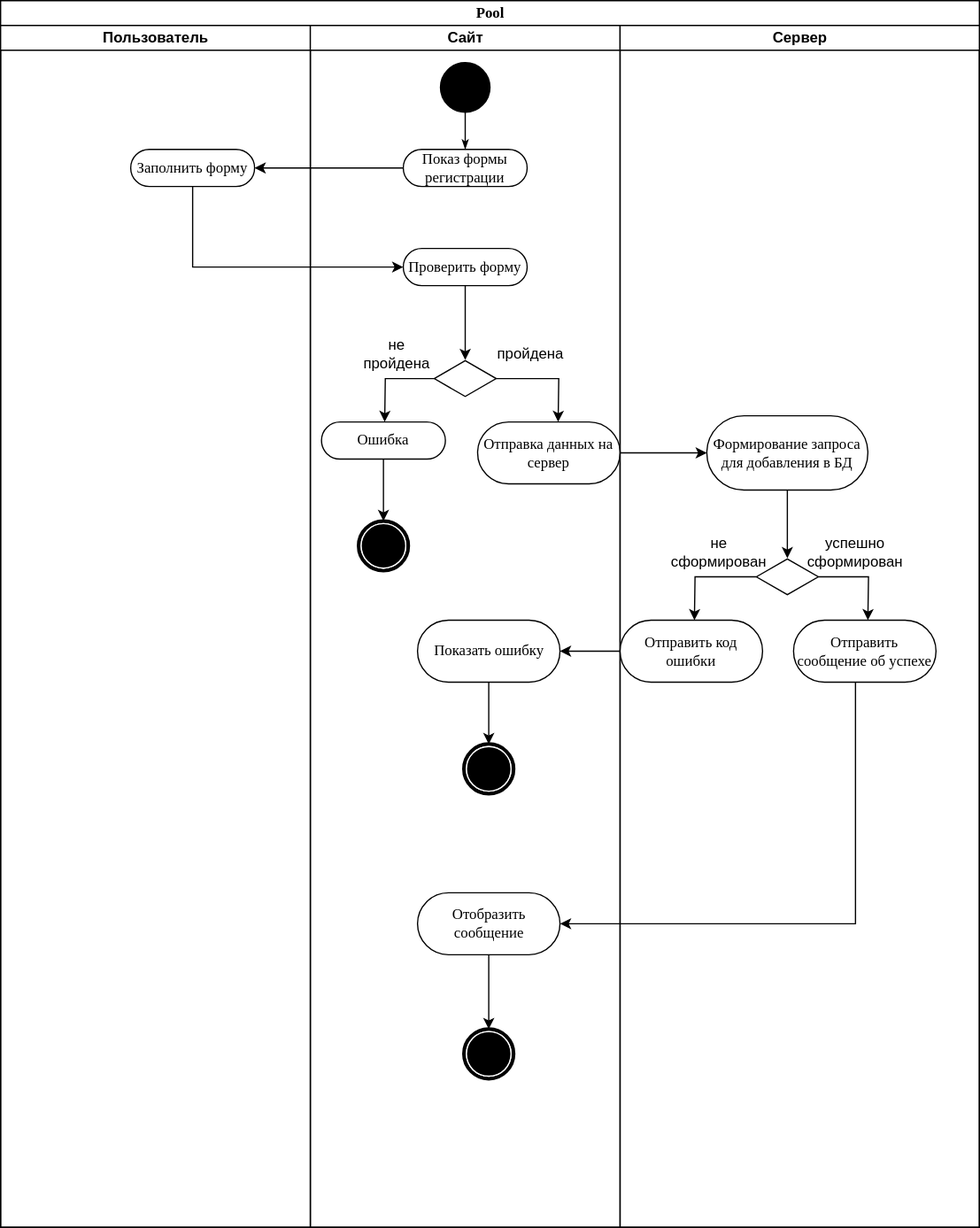
Before: functional_requirements/registration.svg, a diagram exported from draw.io (eencoree/CourseNavigator). Source tidied: cells renumbered, new cells last; positions are measured from the earlier drawing's top-left corner, leaving out a move shared by most shapes.
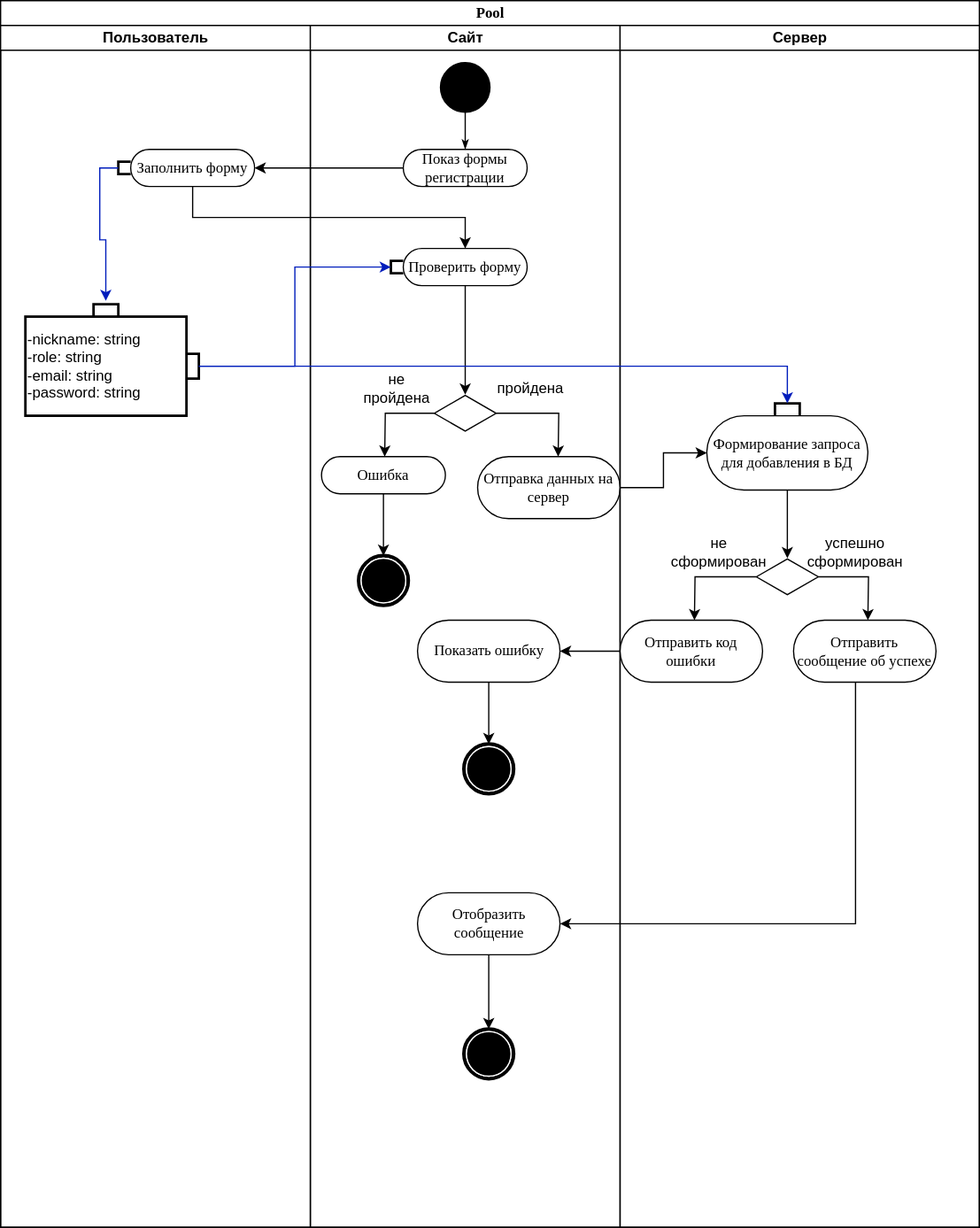
The same diagram one commit later.

Change to the diagram source:
```diff
@@ -11,6 +11,27 @@
     <mxCell id="4" value="Заполнить форму" style="rounded=1;whiteSpace=wrap;html=1;shadow=0;comic=0;labelBackgroundColor=none;strokeWidth=1;fontFamily=Verdana;fontSize=12;align=center;arcSize=50;" parent="3" vertex="1">
       <mxGeometry x="105" y="100" width="100" height="30" as="geometry" />
     </mxCell>
+    <mxCell id="41" value="&lt;span style=&quot;text-align: center;&quot;&gt;-nickname: string&lt;/span&gt;&lt;br style=&quot;border-color: var(--border-color); text-align: center;&quot;&gt;&lt;span style=&quot;text-align: center;&quot;&gt;-role: string&lt;/span&gt;&lt;br style=&quot;border-color: var(--border-color); text-align: center;&quot;&gt;&lt;span style=&quot;text-align: center;&quot;&gt;-email: string&lt;br&gt;-password: string&lt;br&gt;&lt;/span&gt;" style="whiteSpace=wrap;html=1;align=left;strokeWidth=2;" parent="3" vertex="1">
+      <mxGeometry x="20" y="235" width="130" height="80" as="geometry" />
+    </mxCell>
+    <mxCell id="42" style="strokeWidth=2;html=1;shape=mxgraph.flowchart.annotation_1;align=left;rotation=90;" parent="3" vertex="1">
+      <mxGeometry x="80" y="220" width="10" height="20" as="geometry" />
+    </mxCell>
+    <mxCell id="43" style="strokeWidth=2;html=1;shape=mxgraph.flowchart.annotation_1;align=left;rotation=0;" parent="3" vertex="1">
+      <mxGeometry x="95" y="110" width="10" height="10" as="geometry" />
+    </mxCell>
+    <mxCell id="44" style="edgeStyle=orthogonalEdgeStyle;rounded=0;jettySize=auto;html=1;entryX=-0.271;entryY=0.505;entryDx=0;entryDy=0;entryPerimeter=0;fillColor=#0050ef;strokeColor=#001DBC;" parent="3" edge="1" source="43" target="42">
+      <mxGeometry relative="1" as="geometry">
+        <Array as="points">
+          <mxPoint x="80" y="115" />
+          <mxPoint x="80" y="173" />
+          <mxPoint x="85" y="173" />
+        </Array>
+      </mxGeometry>
+    </mxCell>
+    <mxCell id="45" style="strokeWidth=2;html=1;shape=mxgraph.flowchart.annotation_1;align=left;rotation=-180;" parent="3" vertex="1">
+      <mxGeometry x="150" y="265" width="10" height="20" as="geometry" />
+    </mxCell>
     <mxCell id="5" value="Сайт" style="swimlane;html=1;startSize=20;" parent="2" vertex="1">
       <mxGeometry x="250" y="20" width="250" height="970" as="geometry" />
     </mxCell>
@@ -31,34 +52,34 @@
     </mxCell>
     <mxCell id="11" style="edgeStyle=orthogonalEdgeStyle;rounded=0;jettySize=auto;html=1;" parent="5" edge="1" source="13">
       <mxGeometry relative="1" as="geometry">
-        <mxPoint x="60" y="320" as="targetPoint" />
+        <mxPoint x="60" y="348" as="targetPoint" />
       </mxGeometry>
     </mxCell>
     <mxCell id="12" style="edgeStyle=orthogonalEdgeStyle;rounded=0;jettySize=auto;html=1;" parent="5" edge="1" source="13">
       <mxGeometry relative="1" as="geometry">
-        <mxPoint x="200" y="320" as="targetPoint" />
+        <mxPoint x="200" y="348" as="targetPoint" />
       </mxGeometry>
     </mxCell>
     <mxCell id="13" style="html=1;whiteSpace=wrap;shape=isoRectangle;" parent="5" vertex="1">
-      <mxGeometry x="100" y="270" width="50" height="30" as="geometry" />
+      <mxGeometry x="100" y="298" width="50" height="30" as="geometry" />
     </mxCell>
     <mxCell id="14" style="edgeStyle=orthogonalEdgeStyle;rounded=0;jettySize=auto;html=1;exitX=0.5;exitY=1;exitDx=0;exitDy=0;entryX=0.5;entryY=0;entryDx=0;entryDy=0;" parent="5" edge="1" source="15" target="17">
       <mxGeometry relative="1" as="geometry" />
     </mxCell>
     <mxCell id="15" value="Ошибка" style="rounded=1;whiteSpace=wrap;html=1;shadow=0;comic=0;labelBackgroundColor=none;strokeWidth=1;fontFamily=Verdana;fontSize=12;align=center;arcSize=50;" parent="5" vertex="1">
-      <mxGeometry x="9" y="320" width="100" height="30" as="geometry" />
+      <mxGeometry x="9" y="348" width="100" height="30" as="geometry" />
     </mxCell>
     <mxCell id="16" value="не пройдена" style="text;html=1;strokeColor=none;fillColor=none;align=center;verticalAlign=middle;whiteSpace=wrap;rounded=0;" parent="5" vertex="1">
-      <mxGeometry x="40" y="250" width="60" height="30" as="geometry" />
+      <mxGeometry x="40" y="278" width="60" height="30" as="geometry" />
     </mxCell>
     <mxCell id="17" style="shape=mxgraph.bpmn.shape;html=1;verticalLabelPosition=bottom;labelBackgroundColor=#ffffff;verticalAlign=top;perimeter=ellipsePerimeter;outline=end;symbol=terminate;rounded=0;shadow=0;comic=0;strokeWidth=1;fontFamily=Verdana;fontSize=12;align=center;" parent="5" vertex="1">
-      <mxGeometry x="39" y="400" width="40" height="40" as="geometry" />
+      <mxGeometry x="39" y="428" width="40" height="40" as="geometry" />
     </mxCell>
     <mxCell id="18" value="пройдена" style="text;html=1;strokeColor=none;fillColor=none;align=center;verticalAlign=middle;whiteSpace=wrap;rounded=0;" parent="5" vertex="1">
-      <mxGeometry x="148" y="250" width="60" height="30" as="geometry" />
+      <mxGeometry x="148" y="278" width="60" height="30" as="geometry" />
     </mxCell>
     <mxCell id="19" value="Отправка данных на сервер" style="rounded=1;whiteSpace=wrap;html=1;shadow=0;comic=0;labelBackgroundColor=none;strokeWidth=1;fontFamily=Verdana;fontSize=12;align=center;arcSize=50;" parent="5" vertex="1">
-      <mxGeometry x="135" y="320" width="115" height="50" as="geometry" />
+      <mxGeometry x="135" y="348" width="115" height="50" as="geometry" />
     </mxCell>
     <mxCell id="20" style="edgeStyle=orthogonalEdgeStyle;rounded=0;jettySize=auto;html=1;entryX=0.5;entryY=0;entryDx=0;entryDy=0;" parent="5" edge="1" source="21" target="22">
       <mxGeometry relative="1" as="geometry" />
@@ -78,10 +99,13 @@
     <mxCell id="25" style="shape=mxgraph.bpmn.shape;html=1;verticalLabelPosition=bottom;labelBackgroundColor=#ffffff;verticalAlign=top;perimeter=ellipsePerimeter;outline=end;symbol=terminate;rounded=0;shadow=0;comic=0;strokeWidth=1;fontFamily=Verdana;fontSize=12;align=center;" parent="5" vertex="1">
       <mxGeometry x="124" y="810" width="40" height="40" as="geometry" />
     </mxCell>
+    <mxCell id="46" style="strokeWidth=2;html=1;shape=mxgraph.flowchart.annotation_1;align=left;rotation=0;" parent="5" vertex="1">
+      <mxGeometry x="65" y="190" width="10" height="10" as="geometry" />
+    </mxCell>
     <mxCell id="26" style="edgeStyle=orthogonalEdgeStyle;rounded=0;jettySize=auto;html=1;exitX=0;exitY=0.5;exitDx=0;exitDy=0;entryX=1;entryY=0.5;entryDx=0;entryDy=0;" parent="2" edge="1" source="7" target="4">
       <mxGeometry relative="1" as="geometry" />
     </mxCell>
-    <mxCell id="27" style="edgeStyle=orthogonalEdgeStyle;rounded=0;jettySize=auto;html=1;exitX=0.5;exitY=1;exitDx=0;exitDy=0;entryX=0;entryY=0.5;entryDx=0;entryDy=0;" parent="2" edge="1" source="4" target="10">
+    <mxCell id="27" style="edgeStyle=orthogonalEdgeStyle;rounded=0;jettySize=auto;html=1;exitX=0.5;exitY=1;exitDx=0;exitDy=0;entryX=0.5;entryY=0;entryDx=0;entryDy=0;" parent="2" edge="1" source="4" target="10">
       <mxGeometry relative="1" as="geometry" />
     </mxCell>
     <mxCell id="28" style="edgeStyle=orthogonalEdgeStyle;rounded=0;jettySize=auto;html=1;entryX=0;entryY=0.5;entryDx=0;entryDy=0;" parent="2" edge="1" source="19" target="31">
@@ -121,6 +145,9 @@
     <mxCell id="38" value="Отправить сообщение об успехе" style="rounded=1;whiteSpace=wrap;html=1;shadow=0;comic=0;labelBackgroundColor=none;strokeWidth=1;fontFamily=Verdana;fontSize=12;align=center;arcSize=50;" parent="29" vertex="1">
       <mxGeometry x="140" y="480" width="115" height="50" as="geometry" />
     </mxCell>
+    <mxCell id="47" style="strokeWidth=2;html=1;shape=mxgraph.flowchart.annotation_1;align=left;rotation=90;" parent="29" vertex="1">
+      <mxGeometry x="130" y="300" width="10" height="20" as="geometry" />
+    </mxCell>
     <mxCell id="39" style="edgeStyle=orthogonalEdgeStyle;rounded=0;jettySize=auto;html=1;exitX=0;exitY=0.5;exitDx=0;exitDy=0;entryX=1;entryY=0.5;entryDx=0;entryDy=0;" parent="2" edge="1" source="37" target="21">
       <mxGeometry relative="1" as="geometry" />
     </mxCell>
@@ -131,5 +158,11 @@
         </Array>
       </mxGeometry>
     </mxCell>
+    <mxCell id="48" style="edgeStyle=orthogonalEdgeStyle;rounded=0;jettySize=auto;html=1;entryX=0;entryY=0.5;entryDx=0;entryDy=0;entryPerimeter=0;fillColor=#0050ef;strokeColor=#001DBC;exitX=0;exitY=0.5;exitDx=0;exitDy=0;exitPerimeter=0;" parent="2" edge="1" source="45" target="46">
+      <mxGeometry relative="1" as="geometry" />
+    </mxCell>
+    <mxCell id="49" style="edgeStyle=orthogonalEdgeStyle;rounded=0;jettySize=auto;html=1;entryX=0;entryY=0.5;entryDx=0;entryDy=0;entryPerimeter=0;fillColor=#0050ef;strokeColor=#001DBC;exitX=0;exitY=0.5;exitDx=0;exitDy=0;exitPerimeter=0;" parent="2" edge="1" source="45" target="47">
+      <mxGeometry relative="1" as="geometry" />
+    </mxCell>
   </root>
 </mxGraphModel>
```
